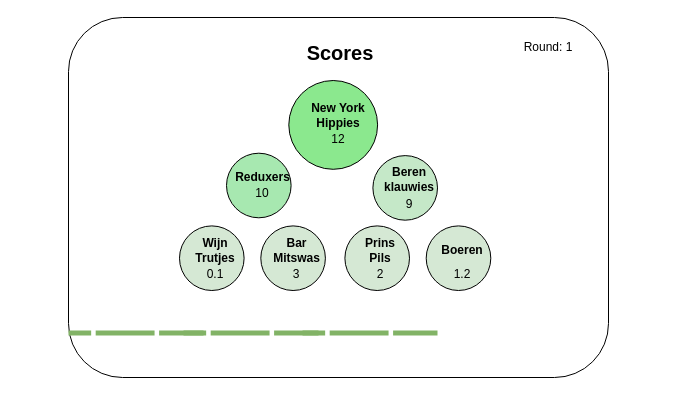
Before: page "Intermission" (2 of 2) of assets/Score/ScoreboardApp.drawio in TBeeren/PubQuiz, a draw.io diagram. Source tidied: cells renumbered, new cells numbered last; positions are measured from the earlier drawing's top-left corner, leaving out a move shared by most shapes. Both pictures are drawn from the tidied source at 100%, with x=0, y=0 at pixel (68, 17).
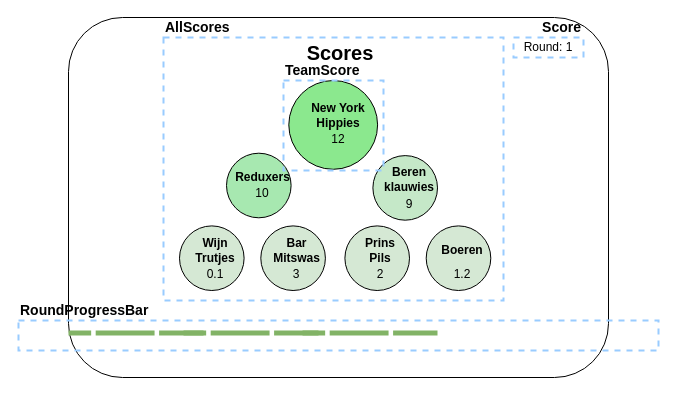
The same diagram, later.

What changed in the source:
```diff
@@
+    <mxCell id="38" style="rounded=0;whiteSpace=wrap;html=1;dashed=1;fillColor=none;strokeWidth=2;strokeColor=#99ccFF;align=right;verticalAlign=top;" parent="1" vertex="1">
+      <mxGeometry x="445" y="20" width="70" height="20" as="geometry" />
+    </mxCell>
+    <mxCell id="39" value="Score" style="text;html=1;strokeColor=none;fillColor=none;align=right;verticalAlign=middle;whiteSpace=wrap;rounded=0;dashed=1;fontSize=14;fontStyle=1;" parent="1" vertex="1">
+      <mxGeometry x="325" width="190" height="20" as="geometry" />
+    </mxCell>
+    <mxCell id="40" style="rounded=0;whiteSpace=wrap;html=1;dashed=1;fillColor=none;strokeWidth=2;strokeColor=#99ccFF;align=right;verticalAlign=top;" parent="1" vertex="1">
+      <mxGeometry x="95" y="20" width="340" height="263" as="geometry" />
+    </mxCell>
+    <mxCell id="41" value="AllScores" style="text;html=1;strokeColor=none;fillColor=none;align=left;verticalAlign=middle;whiteSpace=wrap;rounded=0;dashed=1;fontSize=14;fontStyle=1;" parent="1" vertex="1">
+      <mxGeometry x="95" width="100" height="20" as="geometry" />
+    </mxCell>
+    <mxCell id="42" style="rounded=0;whiteSpace=wrap;html=1;dashed=1;fillColor=none;strokeWidth=2;strokeColor=#99ccFF;align=right;verticalAlign=top;" parent="1" vertex="1">
+      <mxGeometry x="-50" y="303" width="640" height="30" as="geometry" />
+    </mxCell>
+    <mxCell id="43" value="RoundProgressBar" style="text;html=1;strokeColor=none;fillColor=none;align=left;verticalAlign=middle;whiteSpace=wrap;rounded=0;dashed=1;fontSize=14;fontStyle=1;" parent="1" vertex="1">
+      <mxGeometry x="-50" y="283" width="190" height="20" as="geometry" />
+    </mxCell>
+    <mxCell id="44" style="rounded=0;whiteSpace=wrap;html=1;dashed=1;fillColor=none;strokeWidth=2;strokeColor=#99ccFF;align=right;verticalAlign=top;" parent="1" vertex="1">
+      <mxGeometry x="215" y="63" width="100" height="90" as="geometry" />
+    </mxCell>
+    <mxCell id="45" value="TeamScore" style="text;html=1;strokeColor=none;fillColor=none;align=left;verticalAlign=middle;whiteSpace=wrap;rounded=0;dashed=1;fontSize=14;fontStyle=1;" parent="1" vertex="1">
+      <mxGeometry x="215" y="43" width="100" height="20" as="geometry" />
+    </mxCell>
```
